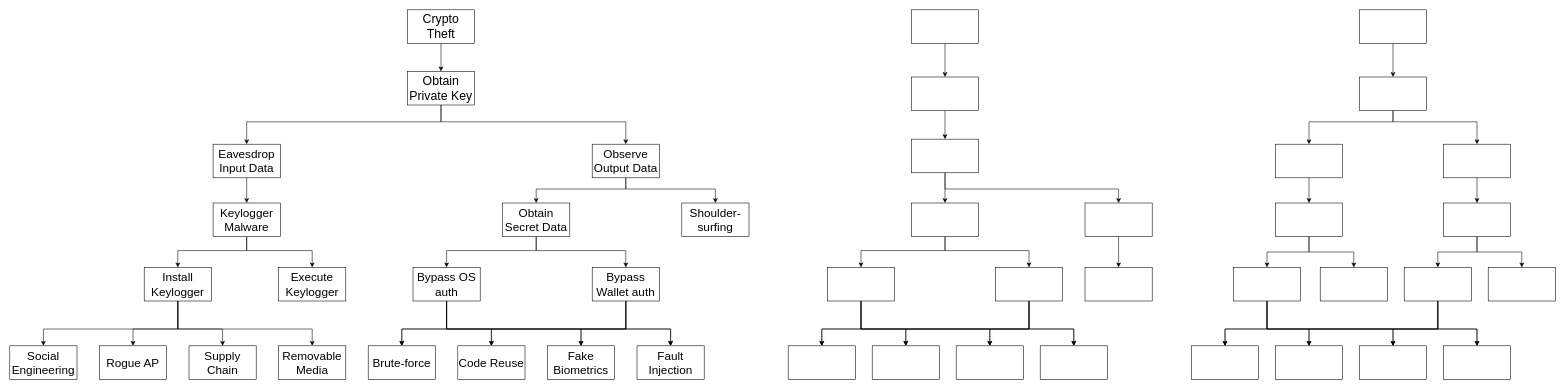
xujiahuayz/crypto-wallets keeps this draw.io diagram as page "attack-tree" (13 of 13) of assets/crypto-wallets.drawio. Above is the earlier version. Source tidied: cells renumbered, new cells numbered last; positions are measured from the earlier drawing's top-left corner, leaving out a move shared by most shapes. Both pictures are drawn from the tidied source at 56%, with x=0, y=0 at pixel (10, 10).
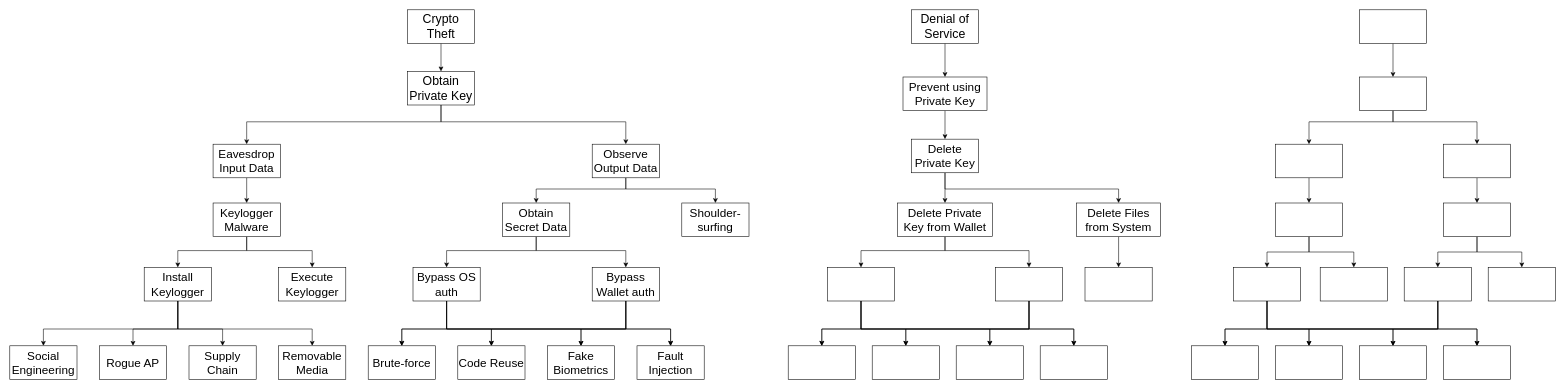
The same diagram, later.

Change to the diagram source:
```diff
@@
-    <mxCell id="59" style="rounded=0;whiteSpace=wrap;html=1;" parent="1" vertex="1">
-      <mxGeometry x="1610" y="345" width="120" height="60" as="geometry" />
+    <mxCell id="59" value="&lt;font style=&quot;font-size: 21px;&quot;&gt;Delete Private Key from Wallet&lt;/font&gt;" style="rounded=0;whiteSpace=wrap;html=1;" parent="1" vertex="1">
+      <mxGeometry x="1585" y="345" width="170" height="60" as="geometry" />
     </mxCell>
@@
-    <mxCell id="62" style="rounded=0;whiteSpace=wrap;html=1;" parent="1" vertex="1">
+    <mxCell id="62" value="&lt;font style=&quot;font-size: 21px;&quot;&gt;Delete Private Key&lt;/font&gt;" style="rounded=0;whiteSpace=wrap;html=1;" parent="1" vertex="1">
       <mxGeometry x="1610" y="231" width="120" height="60" as="geometry" />
     </mxCell>
@@
-    <mxCell id="64" style="rounded=0;whiteSpace=wrap;html=1;" parent="1" vertex="1">
-      <mxGeometry x="1610" y="120" width="120" height="60" as="geometry" />
+    <mxCell id="64" value="&lt;font style=&quot;font-size: 21px;&quot;&gt;Prevent using Private Key&lt;/font&gt;" style="rounded=0;whiteSpace=wrap;html=1;" parent="1" vertex="1">
+      <mxGeometry x="1595" y="120" width="150" height="60" as="geometry" />
     </mxCell>
@@
-    <mxCell id="66" style="rounded=0;whiteSpace=wrap;html=1;" parent="1" vertex="1">
+    <mxCell id="66" value="&lt;font style=&quot;font-size: 22px;&quot;&gt;Denial of Service&lt;/font&gt;" style="rounded=0;whiteSpace=wrap;html=1;" parent="1" vertex="1">
       <mxGeometry x="1610" width="120" height="60" as="geometry" />
     </mxCell>
@@
-    <mxCell id="68" style="rounded=0;whiteSpace=wrap;html=1;" parent="1" vertex="1">
-      <mxGeometry x="1920" y="345" width="120" height="60" as="geometry" />
+    <mxCell id="68" value="&lt;font style=&quot;font-size: 21px;&quot;&gt;Delete Files from System&lt;/font&gt;" style="rounded=0;whiteSpace=wrap;html=1;" parent="1" vertex="1">
+      <mxGeometry x="1905" y="345" width="150" height="60" as="geometry" />
     </mxCell>
```
